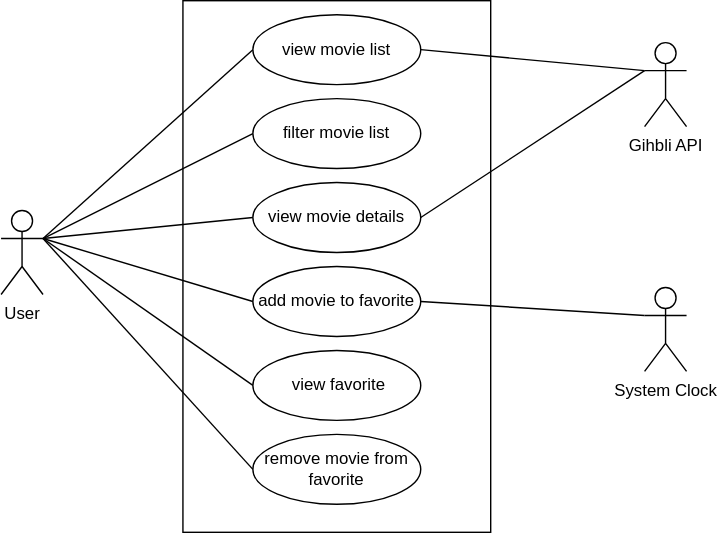
RomainChamb/ghibli-encyclopedia keeps this draw.io diagram as docs/images/use-case-diagram.svg. Above is the earlier version. Source tidied: cells renumbered, new cells last; positions are measured from the earlier drawing's top-left corner, leaving out a move shared by most shapes.
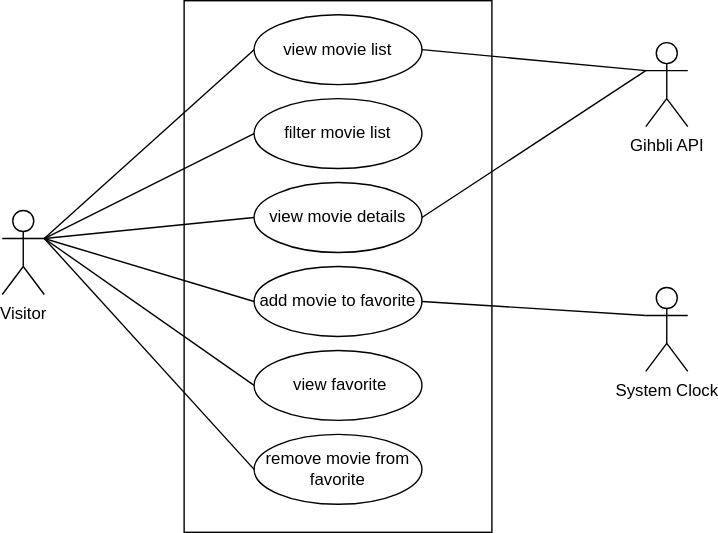
After the commit.

Commit message:
doc(system-behaviour): fix naming of the user

Change to the diagram source:
```diff
@@ -2,9 +2,9 @@
   <root>
     <mxCell id="0" />
     <mxCell id="1" parent="0" />
-    <mxCell id="2" value="User" style="shape=umlActor;verticalLabelPosition=bottom;verticalAlign=top;html=1;outlineConnect=0;" parent="1" vertex="1">
-      <mxGeometry y="150" width="30" height="60" as="geometry" />
-    </mxCell>
+    <mxCell id="21" value="Visitor" style="shape=umlActor;verticalLabelPosition=bottom;verticalAlign=top;html=1;outlineConnect=0;" parent="1" vertex="1">
+      <mxGeometry y="150" width="30" height="60" as="geometry" />
+    </mxCell>
     <mxCell id="3" style="rounded=0;whiteSpace=wrap;html=1;fillColor=none;" parent="1" vertex="1">
       <mxGeometry x="130" width="220" height="380" as="geometry" />
     </mxCell>
@@ -32,30 +32,30 @@
     <mxCell id="11" value="&lt;div&gt;System Clock&lt;/div&gt;" style="shape=umlActor;verticalLabelPosition=bottom;verticalAlign=top;html=1;outlineConnect=0;" parent="1" vertex="1">
       <mxGeometry x="460" y="205" width="30" height="60" as="geometry" />
     </mxCell>
-    <mxCell id="12" style="endArrow=none;html=1;rounded=0;entryX=0;entryY=0.5;entryDx=0;entryDy=0;exitX=1;exitY=0.3333333333333333;exitDx=0;exitDy=0;exitPerimeter=0;" parent="1" edge="1" source="2" target="4">
-      <mxGeometry relative="1" as="geometry" />
-    </mxCell>
-    <mxCell id="13" style="endArrow=none;html=1;rounded=0;entryX=0;entryY=0.5;entryDx=0;entryDy=0;" parent="1" edge="1" target="5">
-      <mxGeometry relative="1" as="geometry">
-        <mxPoint x="30" y="170" as="sourcePoint" />
-      </mxGeometry>
-    </mxCell>
-    <mxCell id="14" style="endArrow=none;html=1;rounded=0;entryX=0;entryY=0.5;entryDx=0;entryDy=0;exitX=1;exitY=0.3333333333333333;exitDx=0;exitDy=0;exitPerimeter=0;" parent="1" edge="1" source="2" target="6">
-      <mxGeometry relative="1" as="geometry" />
-    </mxCell>
-    <mxCell id="15" style="endArrow=none;html=1;rounded=0;entryX=0;entryY=0.5;entryDx=0;entryDy=0;" parent="1" edge="1" target="7">
-      <mxGeometry relative="1" as="geometry">
-        <mxPoint x="30" y="170" as="sourcePoint" />
-      </mxGeometry>
-    </mxCell>
-    <mxCell id="16" style="endArrow=none;html=1;rounded=0;entryX=0;entryY=0.5;entryDx=0;entryDy=0;exitX=1;exitY=0.3333333333333333;exitDx=0;exitDy=0;exitPerimeter=0;" parent="1" edge="1" source="2" target="8">
-      <mxGeometry relative="1" as="geometry" />
-    </mxCell>
-    <mxCell id="17" style="endArrow=none;html=1;rounded=0;entryX=0;entryY=0.5;entryDx=0;entryDy=0;" parent="1" edge="1" target="9">
-      <mxGeometry relative="1" as="geometry">
-        <mxPoint x="30" y="170" as="sourcePoint" />
-      </mxGeometry>
-    </mxCell>
+    <mxCell id="22" style="endArrow=none;html=1;rounded=0;entryX=0;entryY=0.5;entryDx=0;entryDy=0;exitX=1;exitY=0.3333333333333333;exitDx=0;exitDy=0;exitPerimeter=0;" parent="1" edge="1" source="21" target="4">
+      <mxGeometry relative="1" as="geometry" />
+    </mxCell>
+    <mxCell id="23" style="endArrow=none;html=1;rounded=0;entryX=0;entryY=0.5;entryDx=0;entryDy=0;" parent="1" edge="1" target="5">
+      <mxGeometry relative="1" as="geometry">
+        <mxPoint x="30" y="170" as="sourcePoint" />
+      </mxGeometry>
+    </mxCell>
+    <mxCell id="24" style="endArrow=none;html=1;rounded=0;entryX=0;entryY=0.5;entryDx=0;entryDy=0;exitX=1;exitY=0.3333333333333333;exitDx=0;exitDy=0;exitPerimeter=0;" parent="1" edge="1" source="21" target="6">
+      <mxGeometry relative="1" as="geometry" />
+    </mxCell>
+    <mxCell id="25" style="endArrow=none;html=1;rounded=0;entryX=0;entryY=0.5;entryDx=0;entryDy=0;" parent="1" edge="1" target="7">
+      <mxGeometry relative="1" as="geometry">
+        <mxPoint x="30" y="170" as="sourcePoint" />
+      </mxGeometry>
+    </mxCell>
+    <mxCell id="26" style="endArrow=none;html=1;rounded=0;entryX=0;entryY=0.5;entryDx=0;entryDy=0;exitX=1;exitY=0.3333333333333333;exitDx=0;exitDy=0;exitPerimeter=0;" parent="1" edge="1" source="21" target="8">
+      <mxGeometry relative="1" as="geometry" />
+    </mxCell>
+    <mxCell id="27" style="endArrow=none;html=1;rounded=0;entryX=0;entryY=0.5;entryDx=0;entryDy=0;" parent="1" edge="1" target="9">
+      <mxGeometry relative="1" as="geometry">
+        <mxPoint x="30" y="170" as="sourcePoint" />
+      </mxGeometry>
+    </mxCell>
     <mxCell id="18" style="endArrow=none;html=1;rounded=0;entryX=0;entryY=0.3333333333333333;entryDx=0;entryDy=0;exitX=1;exitY=0.5;exitDx=0;exitDy=0;entryPerimeter=0;" parent="1" edge="1" source="7" target="11">
       <mxGeometry relative="1" as="geometry" />
     </mxCell>
```
